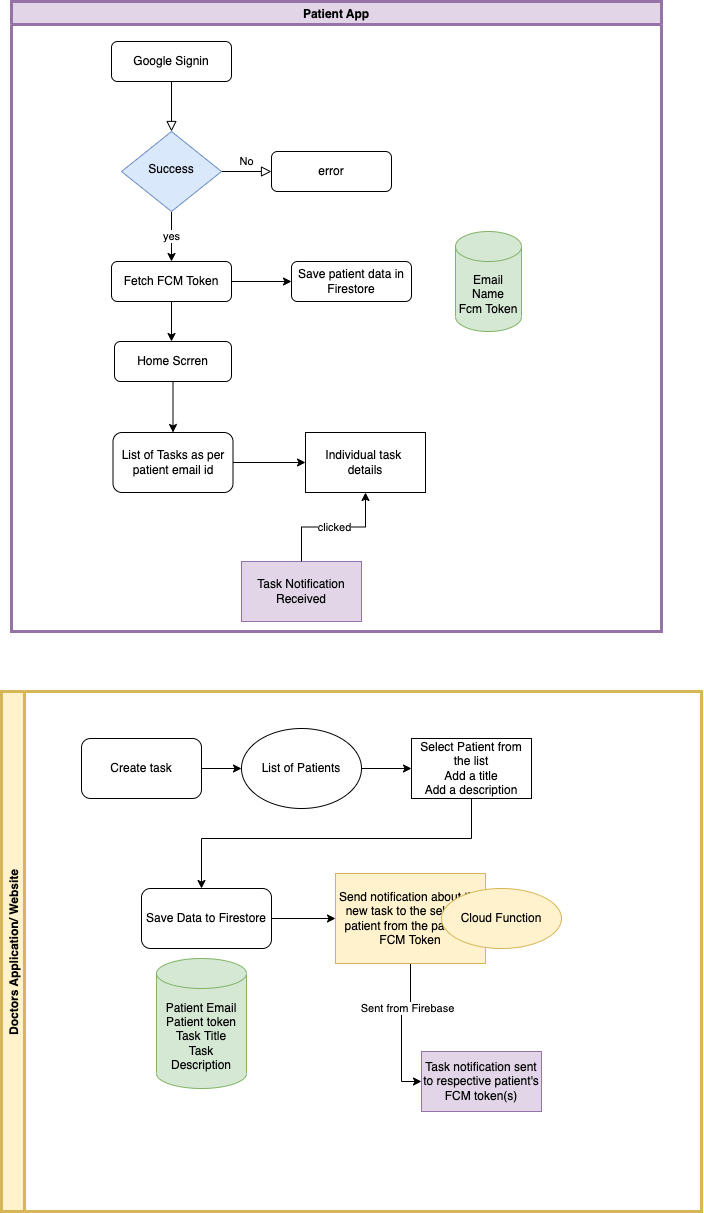
Above: Untitled Diagram.drawio.png in kushalmahapatro/stryker (draw.io), before the change. Source tidied: cells renumbered, new cells last; positions are measured from the earlier drawing's top-left corner, leaving out a move shared by most shapes. Its diagram source:
```xml
<mxGraphModel>
  <root>
    <mxCell id="0" />
    <mxCell id="1" parent="0" />
    <mxCell id="2" style="rounded=0;html=1;jettySize=auto;fontSize=11;endArrow=block;endFill=0;endSize=8;strokeWidth=1;shadow=0;labelBackgroundColor=none;edgeStyle=orthogonalEdgeStyle;" parent="1" edge="1" source="3" target="6">
      <mxGeometry relative="1" as="geometry" />
    </mxCell>
    <mxCell id="3" value="Google Signin" style="rounded=1;whiteSpace=wrap;html=1;fontSize=12;glass=0;strokeWidth=1;shadow=0;" parent="1" vertex="1">
      <mxGeometry x="110" y="40" width="120" height="40" as="geometry" />
    </mxCell>
    <mxCell id="4" value="No" style="edgeStyle=orthogonalEdgeStyle;rounded=0;html=1;jettySize=auto;fontSize=11;endArrow=block;endFill=0;endSize=8;strokeWidth=1;shadow=0;labelBackgroundColor=none;" parent="1" edge="1" source="6" target="7">
      <mxGeometry y="10" relative="1" as="geometry" />
    </mxCell>
    <mxCell id="5" value="yes" style="edgeStyle=orthogonalEdgeStyle;rounded=0;jettySize=auto;html=1;exitX=0.5;exitY=1;exitDx=0;exitDy=0;" parent="1" edge="1" source="6" target="11">
      <mxGeometry relative="1" as="geometry" />
    </mxCell>
    <mxCell id="6" value="Success" style="rhombus;whiteSpace=wrap;html=1;shadow=0;fontFamily=Helvetica;fontSize=12;align=center;strokeWidth=1;spacing=6;spacingTop=-4;fillColor=#dae8fc;strokeColor=#6c8ebf;" parent="1" vertex="1">
      <mxGeometry x="120" y="130" width="100" height="80" as="geometry" />
    </mxCell>
    <mxCell id="7" value="error" style="rounded=1;whiteSpace=wrap;html=1;fontSize=12;glass=0;strokeWidth=1;shadow=0;" parent="1" vertex="1">
      <mxGeometry x="270" y="150" width="120" height="40" as="geometry" />
    </mxCell>
    <mxCell id="8" value="Save patient data in Firestore" style="rounded=1;whiteSpace=wrap;html=1;fontSize=12;glass=0;strokeWidth=1;shadow=0;" parent="1" vertex="1">
      <mxGeometry x="290" y="260" width="120" height="40" as="geometry" />
    </mxCell>
    <mxCell id="9" style="edgeStyle=orthogonalEdgeStyle;rounded=0;jettySize=auto;html=1;exitX=1;exitY=0.5;exitDx=0;exitDy=0;entryX=0;entryY=0.5;entryDx=0;entryDy=0;" parent="1" edge="1" source="11" target="8">
      <mxGeometry relative="1" as="geometry" />
    </mxCell>
    <mxCell id="10" style="edgeStyle=orthogonalEdgeStyle;rounded=0;jettySize=auto;html=1;exitX=0.5;exitY=1;exitDx=0;exitDy=0;" parent="1" edge="1" source="11">
      <mxGeometry relative="1" as="geometry">
        <mxPoint x="170" y="340" as="targetPoint" />
      </mxGeometry>
    </mxCell>
    <mxCell id="11" value="Fetch FCM Token" style="rounded=1;whiteSpace=wrap;html=1;fontSize=12;glass=0;strokeWidth=1;shadow=0;" parent="1" vertex="1">
      <mxGeometry x="110" y="260" width="120" height="40" as="geometry" />
    </mxCell>
    <mxCell id="12" value="Email&lt;br&gt;Name&lt;br&gt;Fcm Token" style="shape=cylinder3;whiteSpace=wrap;html=1;boundedLbl=1;backgroundOutline=1;size=15;fillColor=#d5e8d4;strokeColor=#82b366;" parent="1" vertex="1">
      <mxGeometry x="454" y="230" width="66" height="100" as="geometry" />
    </mxCell>
    <mxCell id="13" style="edgeStyle=orthogonalEdgeStyle;rounded=0;jettySize=auto;html=1;" parent="1" edge="1" source="14" target="16">
      <mxGeometry relative="1" as="geometry" />
    </mxCell>
    <mxCell id="14" value="Create task" style="rounded=1;whiteSpace=wrap;html=1;" parent="1" vertex="1">
      <mxGeometry x="80" y="737" width="120" height="60" as="geometry" />
    </mxCell>
    <mxCell id="15" style="edgeStyle=orthogonalEdgeStyle;rounded=0;jettySize=auto;html=1;exitX=1;exitY=0.5;exitDx=0;exitDy=0;" parent="1" edge="1" source="16" target="18">
      <mxGeometry relative="1" as="geometry" />
    </mxCell>
    <mxCell id="16" value="List of Patients" style="ellipse;whiteSpace=wrap;html=1;" parent="1" vertex="1">
      <mxGeometry x="240" y="727" width="120" height="80" as="geometry" />
    </mxCell>
    <mxCell id="17" style="edgeStyle=orthogonalEdgeStyle;rounded=0;jettySize=auto;html=1;" parent="1" edge="1" source="18" target="20">
      <mxGeometry relative="1" as="geometry">
        <Array as="points">
          <mxPoint x="470" y="837" />
          <mxPoint x="200" y="837" />
        </Array>
      </mxGeometry>
    </mxCell>
    <mxCell id="18" value="Select Patient from the list&lt;br&gt;Add a title&lt;br&gt;Add a description" style="rounded=0;whiteSpace=wrap;html=1;" parent="1" vertex="1">
      <mxGeometry x="410" y="737" width="120" height="60" as="geometry" />
    </mxCell>
    <mxCell id="19" style="edgeStyle=orthogonalEdgeStyle;rounded=0;jettySize=auto;html=1;" parent="1" edge="1" source="20" target="24">
      <mxGeometry relative="1" as="geometry" />
    </mxCell>
    <mxCell id="20" value="Save Data to Firestore" style="rounded=1;whiteSpace=wrap;html=1;" parent="1" vertex="1">
      <mxGeometry x="140" y="887" width="130" height="60" as="geometry" />
    </mxCell>
    <mxCell id="21" value="Patient Email&lt;br&gt;Patient token&lt;br&gt;Task Title&lt;br&gt;Task Description" style="shape=cylinder3;whiteSpace=wrap;html=1;boundedLbl=1;backgroundOutline=1;size=15;fillColor=#d5e8d4;strokeColor=#82b366;" parent="1" vertex="1">
      <mxGeometry x="155" y="957" width="90" height="130" as="geometry" />
    </mxCell>
    <mxCell id="22" style="edgeStyle=orthogonalEdgeStyle;rounded=0;jettySize=auto;html=1;entryX=0;entryY=0.5;entryDx=0;entryDy=0;" parent="1" edge="1" source="24" target="31">
      <mxGeometry relative="1" as="geometry" />
    </mxCell>
    <mxCell id="23" value="Sent from Firebase" style="edgeLabel;html=1;align=center;verticalAlign=middle;" parent="22" vertex="1">
      <mxGeometry x="-0.35" relative="1" as="geometry" />
    </mxCell>
    <mxCell id="24" value="Send notification about the new task to the selected patient from the patient's FCM Token" style="rounded=0;whiteSpace=wrap;html=1;fillColor=#fff2cc;strokeColor=#d6b656;" parent="1" vertex="1">
      <mxGeometry x="334" y="872" width="150" height="90" as="geometry" />
    </mxCell>
    <mxCell id="25" style="edgeStyle=orthogonalEdgeStyle;rounded=0;jettySize=auto;html=1;" parent="1" edge="1" source="26" target="28">
      <mxGeometry relative="1" as="geometry" />
    </mxCell>
    <mxCell id="26" value="Home Scrren" style="rounded=1;whiteSpace=wrap;html=1;" parent="1" vertex="1">
      <mxGeometry x="113" y="340" width="117" height="40" as="geometry" />
    </mxCell>
    <mxCell id="27" style="edgeStyle=orthogonalEdgeStyle;rounded=0;jettySize=auto;html=1;entryX=0;entryY=0.5;entryDx=0;entryDy=0;" parent="1" edge="1" source="28" target="29">
      <mxGeometry relative="1" as="geometry" />
    </mxCell>
    <mxCell id="28" value="List of Tasks as per patient email id" style="whiteSpace=wrap;html=1;rounded=1;" parent="1" vertex="1">
      <mxGeometry x="111.5" y="431" width="120" height="60" as="geometry" />
    </mxCell>
    <mxCell id="29" value="Individual task &lt;br&gt;details" style="whiteSpace=wrap;html=1;" parent="1" vertex="1">
      <mxGeometry x="304" y="431" width="120" height="60" as="geometry" />
    </mxCell>
    <mxCell id="30" value="Doctors Application/ Website" style="swimlane;horizontal=0;startSize=23;fillColor=#fff2cc;strokeColor=#d6b656;gradientColor=none;glass=0;fillStyle=auto;strokeWidth=3;" parent="1" vertex="1">
      <mxGeometry y="690" width="700" height="520" as="geometry" />
    </mxCell>
    <mxCell id="31" value="Task notification sent to respective patient's FCM token(s)" style="whiteSpace=wrap;html=1;glass=0;fillStyle=auto;strokeWidth=1;fillColor=#e1d5e7;strokeColor=#9673a6;" parent="30" vertex="1">
      <mxGeometry x="420" y="360" width="120" height="60" as="geometry" />
    </mxCell>
    <mxCell id="32" value="Cloud Function" style="ellipse;whiteSpace=wrap;html=1;rounded=0;fillColor=#fff2cc;strokeColor=#d6b656;" parent="30" vertex="1">
      <mxGeometry x="440" y="197" width="120" height="60" as="geometry" />
    </mxCell>
    <mxCell id="33" style="edgeStyle=orthogonalEdgeStyle;rounded=0;orthogonalLoop=1;jettySize=auto;html=1;exitX=0.5;exitY=1;exitDx=0;exitDy=0;" parent="30" edge="1" source="32" target="32">
      <mxGeometry relative="1" as="geometry" />
    </mxCell>
    <mxCell id="34" value="Patient App" style="swimlane;glass=0;fillStyle=auto;fillColor=#e1d5e7;strokeColor=#9673a6;strokeWidth=3;" parent="1" vertex="1">
      <mxGeometry x="10" width="650" height="630" as="geometry" />
    </mxCell>
    <mxCell id="35" value="Task Notification Received" style="whiteSpace=wrap;html=1;fillColor=#e1d5e7;strokeColor=#9673a6;" parent="34" vertex="1">
      <mxGeometry x="230" y="560" width="120" height="60" as="geometry" />
    </mxCell>
    <mxCell id="36" style="edgeStyle=orthogonalEdgeStyle;rounded=0;jettySize=auto;html=1;" parent="1" edge="1" source="35" target="29">
      <mxGeometry relative="1" as="geometry" />
    </mxCell>
    <mxCell id="37" value="clicked" style="edgeLabel;html=1;align=center;verticalAlign=middle;" parent="36" vertex="1">
      <mxGeometry relative="1" as="geometry" />
    </mxCell>
  </root>
</mxGraphModel>
```
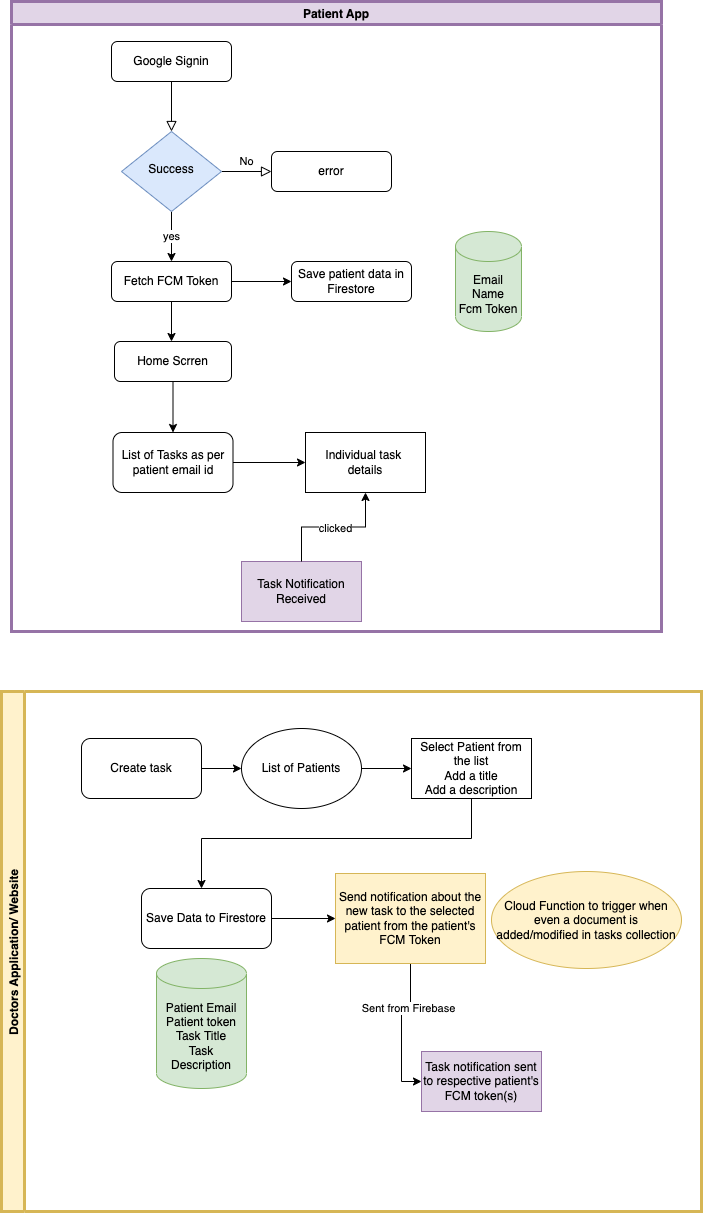
After the commit.

Diff of the diagram source:
```diff
@@ -99,8 +99,8 @@
     <mxCell id="31" value="Task notification sent to respective patient's FCM token(s)" style="whiteSpace=wrap;html=1;glass=0;fillStyle=auto;strokeWidth=1;fillColor=#e1d5e7;strokeColor=#9673a6;" parent="30" vertex="1">
       <mxGeometry x="420" y="360" width="120" height="60" as="geometry" />
     </mxCell>
-    <mxCell id="32" value="Cloud Function" style="ellipse;whiteSpace=wrap;html=1;rounded=0;fillColor=#fff2cc;strokeColor=#d6b656;" parent="30" vertex="1">
-      <mxGeometry x="440" y="197" width="120" height="60" as="geometry" />
+    <mxCell id="32" value="Cloud Function to trigger when even a document is added/modified in tasks collection" style="ellipse;whiteSpace=wrap;html=1;rounded=0;fillColor=#fff2cc;strokeColor=#d6b656;" parent="30" vertex="1">
+      <mxGeometry x="490" y="180" width="190" height="97" as="geometry" />
     </mxCell>
     <mxCell id="33" style="edgeStyle=orthogonalEdgeStyle;rounded=0;orthogonalLoop=1;jettySize=auto;html=1;exitX=0.5;exitY=1;exitDx=0;exitDy=0;" parent="30" edge="1" source="32" target="32">
       <mxGeometry relative="1" as="geometry" />
```
